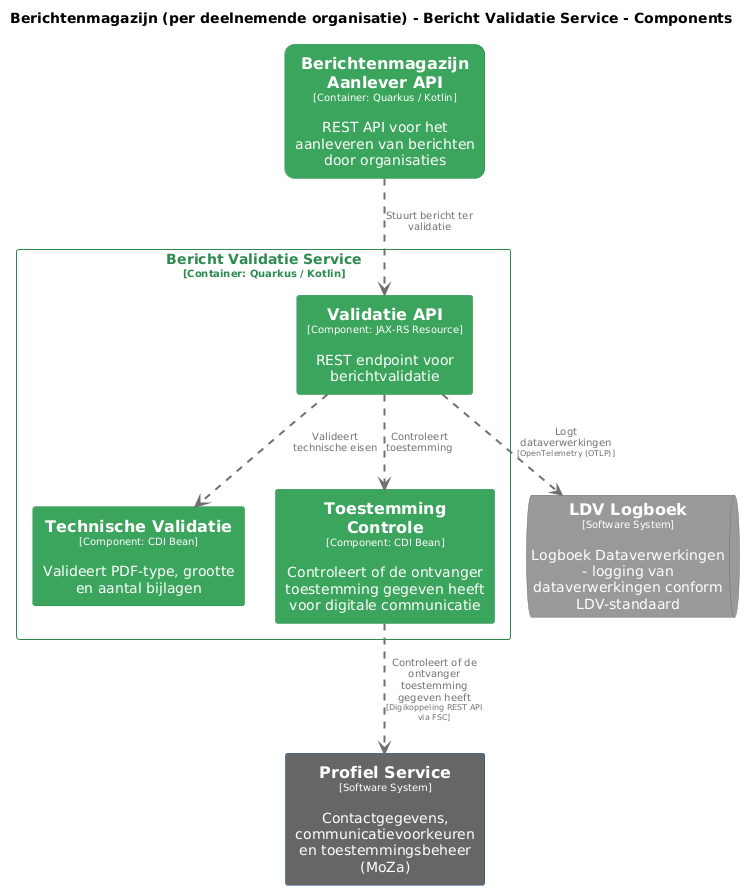
Above: pr-preview/pr-22/master/png/BerichtValidatieComponenten.png in MinBZK/moza-poc-fbs-berichtenbox (PlantUML), before the change.
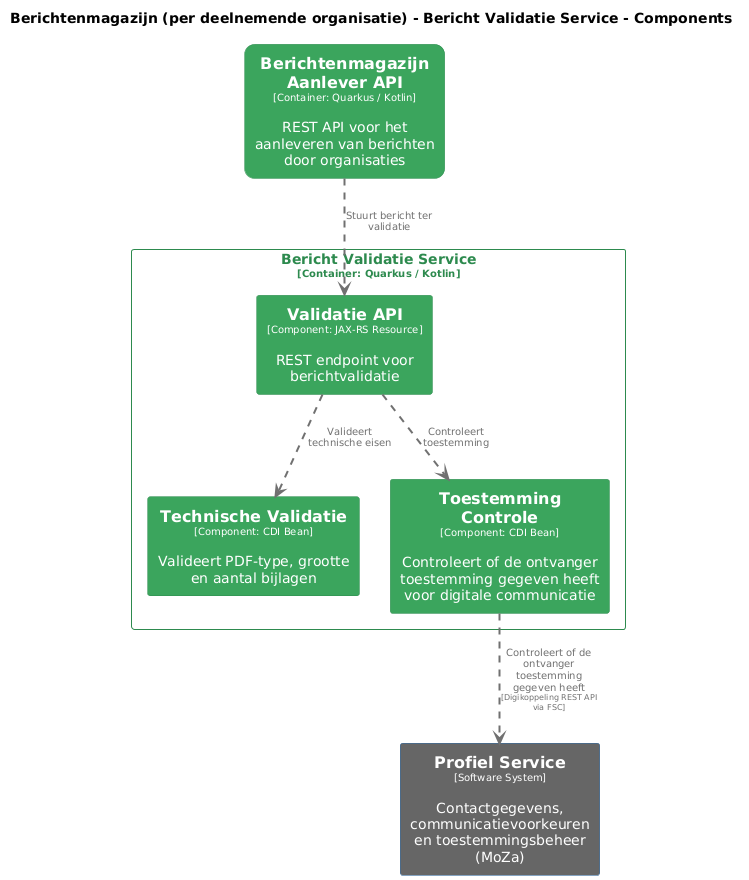
Later version of the same file.

Change to the diagram source:
```diff
@@ -20,12 +20,6 @@
   FontColor #ffffff
   BorderColor #2d8a4e
   roundCorner 20
-  shadowing false
-}
-skinparam queue<<LDVLogboek>> {
-  BackgroundColor #999999
-  FontColor #ffffff
-  BorderColor #6b6b6b
   shadowing false
 }
 skinparam rectangle<<ProfielService>> {
@@ -60,7 +54,6 @@
 
 rectangle "==Profiel Service\n<size:10>[Software System]</size>\n\nContactgegevens, communicatievoorkeuren en toestemmingsbeheer (MoZa)" <<ProfielService>> as ProfielService
 rectangle "==Berichtenmagazijn Aanlever API\n<size:10>[Container: Quarkus / Kotlin]</size>\n\nREST API voor het aanleveren van berichten door organisaties" <<Berichtenmagazijnperdeelnemendeorganisatie.BerichtenmagazijnAanleverAPI>> as Berichtenmagazijnperdeelnemendeorganisatie.BerichtenmagazijnAanleverAPI
-queue "==LDV Logboek\n<size:10>[Software System]</size>\n\nLogboek Dataverwerkingen - logging van dataverwerkingen conform LDV-standaard" <<LDVLogboek>> as LDVLogboek
 
 rectangle "Bericht Validatie Service\n<size:10>[Container: Quarkus / Kotlin]</size>" <<Berichtenmagazijnperdeelnemendeorganisatie.BerichtValidatieService>> {
   rectangle "==Validatie API\n<size:10>[Component: JAX-RS Resource]</size>\n\nREST endpoint voor berichtvalidatie" <<Berichtenmagazijnperdeelnemendeorganisatie.BerichtValidatieService.ValidatieAPI>> as Berichtenmagazijnperdeelnemendeorganisatie.BerichtValidatieService.ValidatieAPI
@@ -69,7 +62,6 @@
 }
 
 Berichtenmagazijnperdeelnemendeorganisatie.BerichtValidatieService.ToestemmingControle .[#707070,thickness=2].> ProfielService : "<color:#707070>Controleert of de ontvanger toestemming gegeven heeft\n<color:#707070><size:8>[Digikoppeling REST API via FSC]</size>"
-Berichtenmagazijnperdeelnemendeorganisatie.BerichtValidatieService.ValidatieAPI .[#707070,thickness=2].> LDVLogboek : "<color:#707070>Logt dataverwerkingen\n<color:#707070><size:8>[OpenTelemetry (OTLP)]</size>"
 Berichtenmagazijnperdeelnemendeorganisatie.BerichtValidatieService.ValidatieAPI .[#707070,thickness=2].> Berichtenmagazijnperdeelnemendeorganisatie.BerichtValidatieService.TechnischeValidatie : "<color:#707070>Valideert technische eisen"
 Berichtenmagazijnperdeelnemendeorganisatie.BerichtValidatieService.ValidatieAPI .[#707070,thickness=2].> Berichtenmagazijnperdeelnemendeorganisatie.BerichtValidatieService.ToestemmingControle : "<color:#707070>Controleert toestemming"
 Berichtenmagazijnperdeelnemendeorganisatie.BerichtenmagazijnAanleverAPI .[#707070,thickness=2].> Berichtenmagazijnperdeelnemendeorganisatie.BerichtValidatieService.ValidatieAPI : "<color:#707070>Stuurt bericht ter validatie"
```
